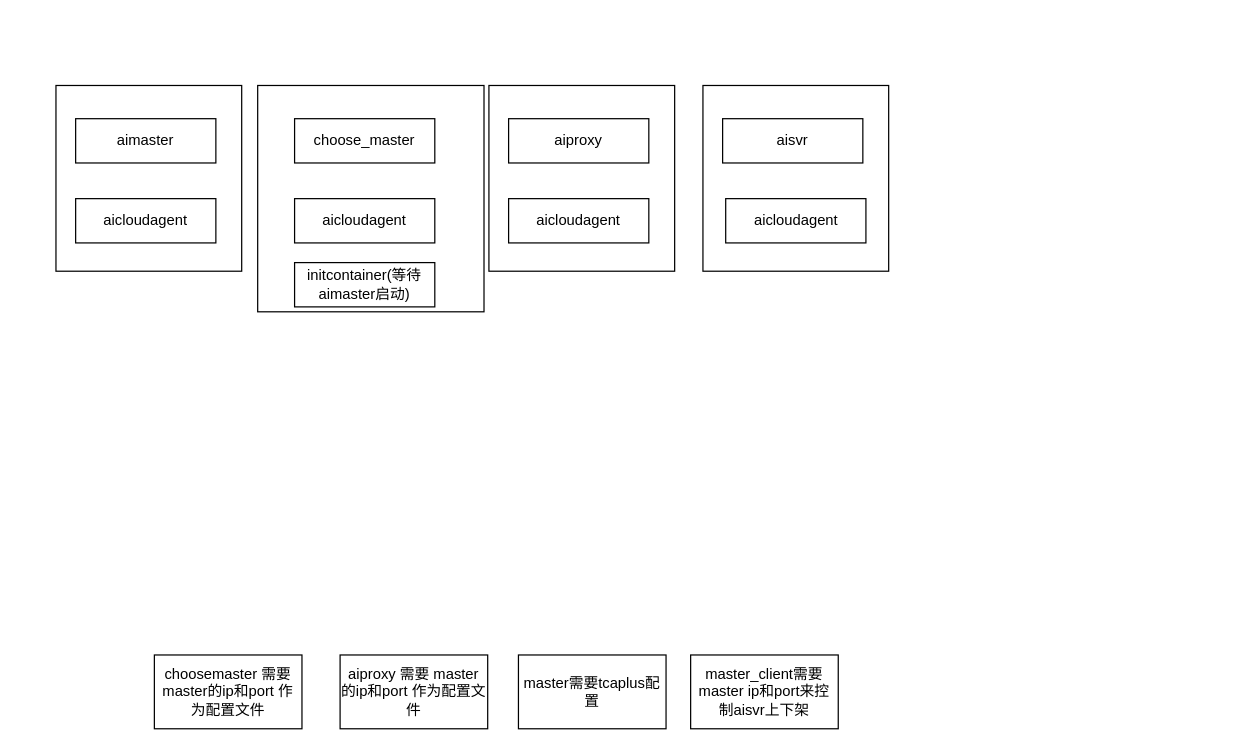
This is page "第 16 页" (16 of 16) of NISHIKI架构.drawio from Memoryss/NISHIKI, a draw.io file, before an edit. Source tidied: cells renumbered, new cells numbered last; positions are measured from the earlier drawing's top-left corner, leaving out a move shared by most shapes. Both pictures are drawn from the tidied source at 123%, with x=0, y=0 at pixel (55, 85).
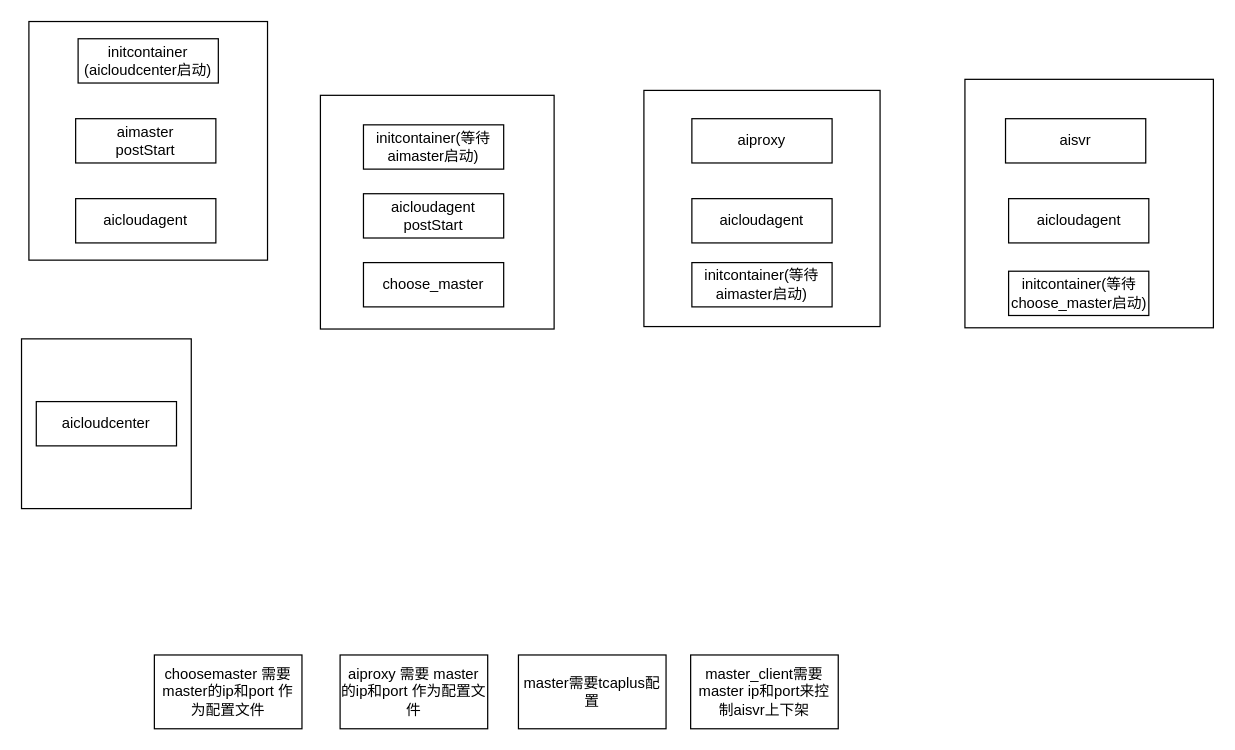
The same page after the edit.

What changed in the source:
```diff
@@
     <mxCell id="2" style="whiteSpace=wrap;html=1;" parent="1" vertex="1">
-      <mxGeometry width="151" height="151" as="geometry" />
+      <mxGeometry x="-22" y="-52" width="194" height="194" as="geometry" />
     </mxCell>
-    <mxCell id="3" value="aimaster" style="rounded=0;whiteSpace=wrap;html=1;" parent="1" vertex="1">
+    <mxCell id="3" value="aimaster &lt;br&gt;postStart" style="rounded=0;whiteSpace=wrap;html=1;" parent="1" vertex="1">
       <mxGeometry x="16" y="27" width="114" height="36" as="geometry" />
     </mxCell>
     <mxCell id="4" style="whiteSpace=wrap;html=1;" parent="1" vertex="1">
-      <mxGeometry x="164" width="184" height="184" as="geometry" />
+      <mxGeometry x="215" y="8" width="190" height="190" as="geometry" />
     </mxCell>
     <mxCell id="5" value="choose_master" style="rounded=0;whiteSpace=wrap;html=1;" parent="1" vertex="1">
-      <mxGeometry x="194" y="27" width="114" height="36" as="geometry" />
+      <mxGeometry x="250" y="144" width="114" height="36" as="geometry" />
     </mxCell>
     <mxCell id="6" style="whiteSpace=wrap;html=1;" parent="1" vertex="1">
-      <mxGeometry x="352" width="151" height="151" as="geometry" />
+      <mxGeometry x="478" y="4" width="192" height="192" as="geometry" />
     </mxCell>
     <mxCell id="7" value="aiproxy" style="rounded=0;whiteSpace=wrap;html=1;" parent="1" vertex="1">
-      <mxGeometry x="368" y="27" width="114" height="36" as="geometry" />
+      <mxGeometry x="517" y="27" width="114" height="36" as="geometry" />
     </mxCell>
     <mxCell id="8" style="whiteSpace=wrap;html=1;" parent="1" vertex="1">
-      <mxGeometry x="526" width="151" height="151" as="geometry" />
+      <mxGeometry x="739" y="-5" width="202" height="202" as="geometry" />
     </mxCell>
     <mxCell id="9" value="aisvr" style="rounded=0;whiteSpace=wrap;html=1;" parent="1" vertex="1">
-      <mxGeometry x="542" y="27" width="114" height="36" as="geometry" />
+      <mxGeometry x="772" y="27" width="114" height="36" as="geometry" />
     </mxCell>
@@
-    <mxCell id="11" value="aicloudagent" style="rounded=0;whiteSpace=wrap;html=1;" parent="1" vertex="1">
-      <mxGeometry x="194" y="92" width="114" height="36" as="geometry" />
+    <mxCell id="11" value="aicloudagent&lt;br&gt;postStart" style="rounded=0;whiteSpace=wrap;html=1;" parent="1" vertex="1">
+      <mxGeometry x="250" y="88" width="114" height="36" as="geometry" />
     </mxCell>
     <mxCell id="12" value="aicloudagent" style="rounded=0;whiteSpace=wrap;html=1;" parent="1" vertex="1">
-      <mxGeometry x="368" y="92" width="114" height="36" as="geometry" />
+      <mxGeometry x="517" y="92" width="114" height="36" as="geometry" />
     </mxCell>
     <mxCell id="13" value="aicloudagent" style="rounded=0;whiteSpace=wrap;html=1;" parent="1" vertex="1">
-      <mxGeometry x="544.5" y="92" width="114" height="36" as="geometry" />
+      <mxGeometry x="774.5" y="92" width="114" height="36" as="geometry" />
     </mxCell>
@@
     <mxCell id="18" value="initcontainer(等待aimaster启动)" style="rounded=0;whiteSpace=wrap;html=1;" parent="1" vertex="1">
-      <mxGeometry x="194" y="144" width="114" height="36" as="geometry" />
+      <mxGeometry x="250" y="32" width="114" height="36" as="geometry" />
     </mxCell>
+    <mxCell id="19" value="initcontainer(等待aimaster启动)" style="rounded=0;whiteSpace=wrap;html=1;" parent="1" vertex="1">
+      <mxGeometry x="517" y="144" width="114" height="36" as="geometry" />
+    </mxCell>
+    <mxCell id="20" value="initcontainer(等待choose_master启动)" style="rounded=0;whiteSpace=wrap;html=1;" parent="1" vertex="1">
+      <mxGeometry x="774.5" y="151" width="114" height="36" as="geometry" />
+    </mxCell>
+    <mxCell id="21" style="whiteSpace=wrap;html=1;" parent="1" vertex="1">
+      <mxGeometry x="-28" y="206" width="138" height="138" as="geometry" />
+    </mxCell>
+    <mxCell id="22" value="aicloudcenter" style="rounded=0;whiteSpace=wrap;html=1;" parent="1" vertex="1">
+      <mxGeometry x="-16" y="257" width="114" height="36" as="geometry" />
+    </mxCell>
+    <mxCell id="23" value="initcontainer&lt;br&gt;(aicloudcenter启动)" style="rounded=0;whiteSpace=wrap;html=1;" parent="1" vertex="1">
+      <mxGeometry x="18" y="-38" width="114" height="36" as="geometry" />
+    </mxCell>
```
